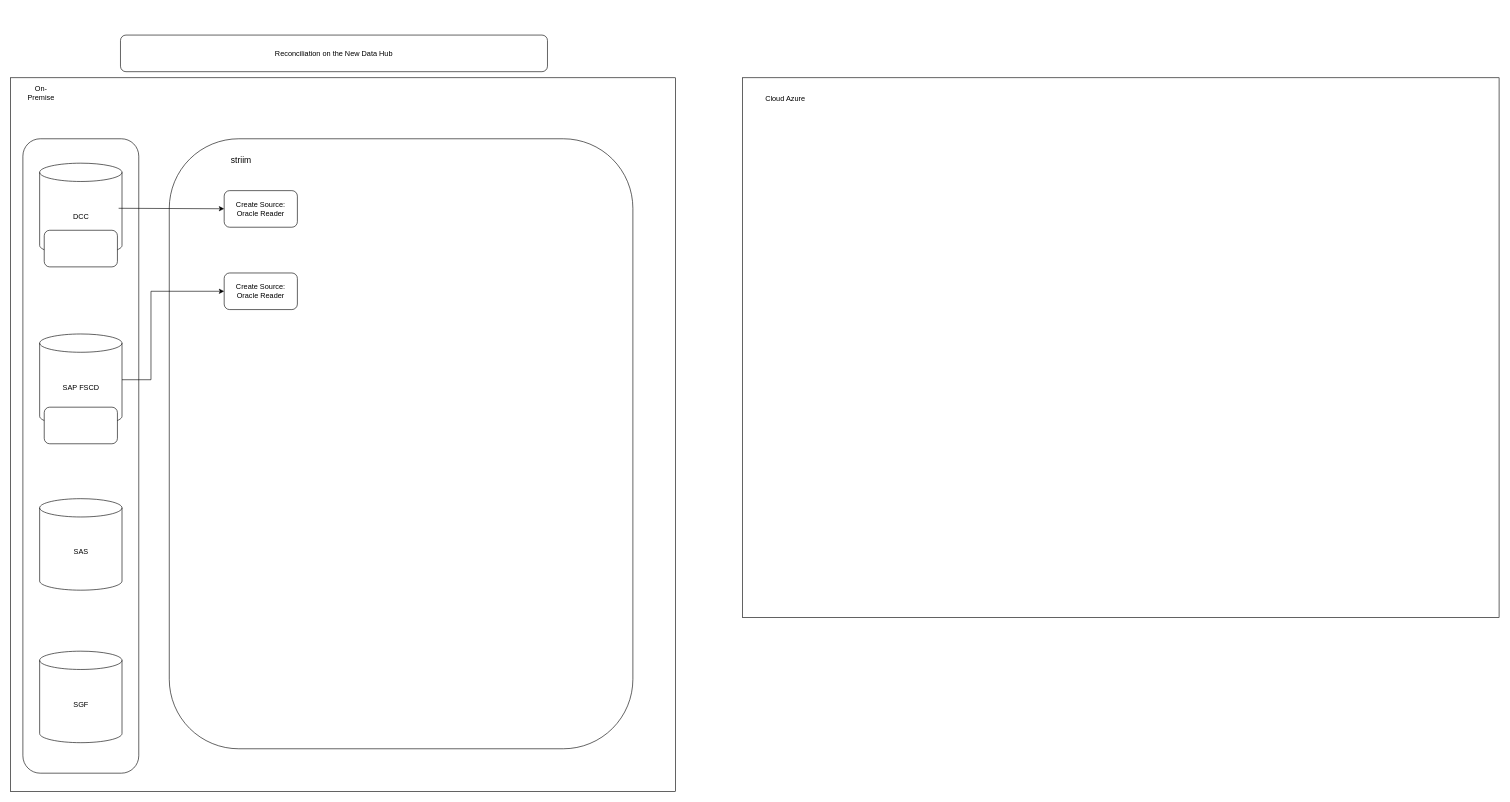
joaorafaelr/Reconc-Project keeps this draw.io diagram as Untitled Diagram.drawio. Above is the earlier version. Source tidied: cells renumbered, new cells numbered last; positions are measured from the earlier drawing's top-left corner, leaving out a move shared by most shapes. Both pictures are drawn from the tidied source at 61%, with x=0, y=0 at pixel (10, 35).
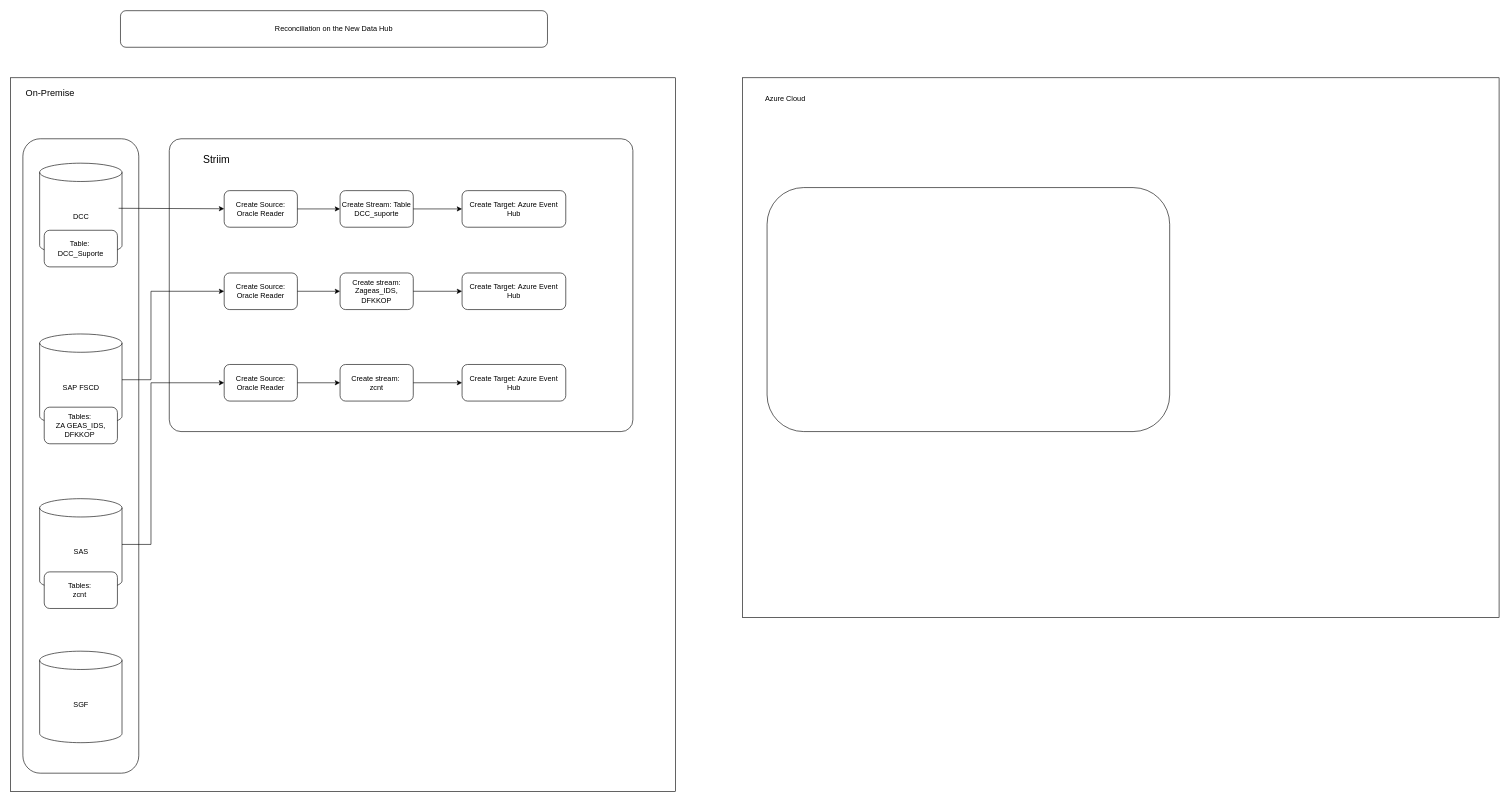
After the change.

The change refers to these unchanged cells:
```xml
<mxCell id="9" value="Create Source: Oracle Reader" style="rounded=1;whiteSpace=wrap;html=1;" parent="1" vertex="1">
  <mxGeometry x="350" y="255" width="120" height="60" as="geometry" />
</mxCell>
<mxCell id="10" value="Create Source: Oracle Reader" style="rounded=1;whiteSpace=wrap;html=1;" parent="1" vertex="1">
  <mxGeometry x="350" y="390" width="120" height="60" as="geometry" />
</mxCell>
<mxCell id="16" value="SAS" style="shape=cylinder3;whiteSpace=wrap;html=1;boundedLbl=1;backgroundOutline=1;size=15;" parent="1" vertex="1">
  <mxGeometry x="47.5" y="760" width="135" height="150" as="geometry" />
</mxCell>
```

The edit, as a diff of the source:
```diff
@@
-    <mxCell id="3" style="rounded=1;whiteSpace=wrap;html=1;align=left;" parent="1" vertex="1">
-      <mxGeometry x="260" y="170" width="760" height="1000" as="geometry" />
+    <mxCell id="3" style="rounded=1;whiteSpace=wrap;html=1;align=left;arcSize=4;" parent="1" vertex="1">
+      <mxGeometry x="260" y="170" width="760" height="480" as="geometry" />
     </mxCell>
     <mxCell id="4" value="Reconciliation on the New Data Hub" style="rounded=1;whiteSpace=wrap;html=1;" parent="1" vertex="1">
-      <mxGeometry x="180" width="700" height="60" as="geometry" />
+      <mxGeometry x="180" y="-40" width="700" height="60" as="geometry" />
     </mxCell>
@@
-    <mxCell id="8" value="&lt;font style=&quot;font-size: 14px;&quot;&gt;striim&amp;nbsp;&lt;/font&gt;" style="text;html=1;whiteSpace=wrap;strokeColor=none;fillColor=none;align=center;verticalAlign=middle;rounded=0;" parent="1" vertex="1">
-      <mxGeometry x="310" y="190" width="140" height="30" as="geometry" />
+    <mxCell id="8" value="&lt;font style=&quot;font-size: 17px;&quot;&gt;Striim&amp;nbsp;&lt;/font&gt;" style="text;html=1;whiteSpace=wrap;strokeColor=none;fillColor=none;align=center;verticalAlign=middle;rounded=0;" parent="1" vertex="1">
+      <mxGeometry x="270" y="190" width="140" height="30" as="geometry" />
     </mxCell>
@@
-    <mxCell id="12" style="rounded=1;whiteSpace=wrap;html=1;" parent="1" vertex="1">
+    <mxCell id="12" value="Table:&amp;nbsp;&lt;div&gt;DCC_Suporte&lt;/div&gt;" style="rounded=1;whiteSpace=wrap;html=1;" parent="1" vertex="1">
       <mxGeometry x="55" y="320" width="120" height="60" as="geometry" />
     </mxCell>
@@
-    <mxCell id="15" style="rounded=1;whiteSpace=wrap;html=1;" parent="1" vertex="1">
+    <mxCell id="15" value="Tables:&amp;nbsp;&lt;div&gt;ZA GEAS_IDS, DFKKOP&amp;nbsp;&lt;/div&gt;" style="rounded=1;whiteSpace=wrap;html=1;" parent="1" vertex="1">
       <mxGeometry x="55" y="610" width="120" height="60" as="geometry" />
     </mxCell>
+    <mxCell id="20" style="edgeStyle=orthogonalEdgeStyle;rounded=0;jettySize=auto;html=1;exitX=1;exitY=0.5;exitDx=0;exitDy=0;exitPerimeter=0;entryX=0;entryY=0.5;entryDx=0;entryDy=0;" parent="1" edge="1" source="16" target="29">
+      <mxGeometry relative="1" as="geometry">
+        <Array as="points">
+          <mxPoint x="230" y="835" />
+          <mxPoint x="230" y="570" />
+          <mxPoint x="340" y="570" />
+        </Array>
+      </mxGeometry>
+    </mxCell>
@@
-    <mxCell id="17" value="On-Premise" style="text;html=1;whiteSpace=wrap;strokeColor=none;fillColor=none;align=center;verticalAlign=middle;rounded=0;" parent="1" vertex="1">
-      <mxGeometry x="20" y="80" width="60" height="30" as="geometry" />
+    <mxCell id="17" value="&lt;font style=&quot;font-size: 15px;&quot;&gt;On-Premise&lt;/font&gt;" style="text;html=1;whiteSpace=wrap;strokeColor=none;fillColor=none;align=center;verticalAlign=middle;rounded=0;" parent="1" vertex="1">
+      <mxGeometry x="20" y="80" width="90" height="30" as="geometry" />
     </mxCell>
@@
-    <mxCell id="19" value="Cloud Azure" style="text;html=1;whiteSpace=wrap;strokeColor=none;fillColor=none;align=center;verticalAlign=middle;rounded=0;" parent="1" vertex="1">
+    <mxCell id="19" value="Azure Cloud" style="text;html=1;whiteSpace=wrap;strokeColor=none;fillColor=none;align=center;verticalAlign=middle;rounded=0;" parent="1" vertex="1">
       <mxGeometry x="1230" y="90" width="80" height="30" as="geometry" />
     </mxCell>
+    <mxCell id="21" value="Create Stream: Table DCC_suporte" style="rounded=1;whiteSpace=wrap;html=1;" parent="1" vertex="1">
+      <mxGeometry x="540" y="255" width="120" height="60" as="geometry" />
+    </mxCell>
+    <mxCell id="22" value="Create stream: Zageas_IDS, DFKKOP" style="rounded=1;whiteSpace=wrap;html=1;" parent="1" vertex="1">
+      <mxGeometry x="540" y="390" width="120" height="60" as="geometry" />
+    </mxCell>
+    <mxCell id="23" value="Create Target:&amp;nbsp;Azure Event Hub" style="rounded=1;whiteSpace=wrap;html=1;" parent="1" vertex="1">
+      <mxGeometry x="740" y="390" width="170" height="60" as="geometry" />
+    </mxCell>
+    <mxCell id="24" style="endArrow=classic;html=1;rounded=0;exitX=1;exitY=0.5;exitDx=0;exitDy=0;" parent="1" edge="1" source="22" target="23">
+      <mxGeometry relative="1" as="geometry" />
+    </mxCell>
+    <mxCell id="25" style="endArrow=classic;html=1;rounded=0;exitX=1;exitY=0.5;exitDx=0;exitDy=0;entryX=0;entryY=0.5;entryDx=0;entryDy=0;" parent="1" edge="1" source="10" target="22">
+      <mxGeometry relative="1" as="geometry" />
+    </mxCell>
+    <mxCell id="26" style="endArrow=classic;html=1;rounded=0;exitX=1;exitY=0.5;exitDx=0;exitDy=0;entryX=0;entryY=0.5;entryDx=0;entryDy=0;" parent="1" edge="1" source="9" target="21">
+      <mxGeometry relative="1" as="geometry" />
+    </mxCell>
+    <mxCell id="27" style="endArrow=classic;html=1;rounded=0;exitX=1;exitY=0.5;exitDx=0;exitDy=0;" parent="1" edge="1" source="21">
+      <mxGeometry relative="1" as="geometry">
+        <mxPoint x="740" y="285" as="targetPoint" />
+      </mxGeometry>
+    </mxCell>
+    <mxCell id="28" value="Tables:&amp;nbsp;&lt;div&gt;zcnt&amp;nbsp;&lt;/div&gt;" style="rounded=1;whiteSpace=wrap;html=1;" parent="1" vertex="1">
+      <mxGeometry x="55" y="880" width="120" height="60" as="geometry" />
+    </mxCell>
+    <mxCell id="29" value="Create Source: Oracle Reader" style="rounded=1;whiteSpace=wrap;html=1;" parent="1" vertex="1">
+      <mxGeometry x="350" y="540" width="120" height="60" as="geometry" />
+    </mxCell>
+    <mxCell id="30" value="Create stream:&amp;nbsp;&lt;div&gt;zcnt&lt;/div&gt;" style="rounded=1;whiteSpace=wrap;html=1;" parent="1" vertex="1">
+      <mxGeometry x="540" y="540" width="120" height="60" as="geometry" />
+    </mxCell>
+    <mxCell id="31" style="endArrow=classic;html=1;rounded=0;exitX=1;exitY=0.5;exitDx=0;exitDy=0;entryX=0;entryY=0.5;entryDx=0;entryDy=0;" parent="1" edge="1" source="30" target="33">
+      <mxGeometry relative="1" as="geometry" />
+    </mxCell>
+    <mxCell id="32" style="endArrow=classic;html=1;rounded=0;exitX=1;exitY=0.5;exitDx=0;exitDy=0;entryX=0;entryY=0.5;entryDx=0;entryDy=0;" parent="1" edge="1" source="29" target="30">
+      <mxGeometry relative="1" as="geometry" />
+    </mxCell>
+    <mxCell id="33" value="Create Target:&amp;nbsp;Azure Event Hub" style="rounded=1;whiteSpace=wrap;html=1;" parent="1" vertex="1">
+      <mxGeometry x="740" y="540" width="170" height="60" as="geometry" />
+    </mxCell>
+    <mxCell id="34" value="Create Target:&amp;nbsp;Azure Event Hub" style="rounded=1;whiteSpace=wrap;html=1;" parent="1" vertex="1">
+      <mxGeometry x="740" y="255" width="170" height="60" as="geometry" />
+    </mxCell>
+    <mxCell id="35" style="rounded=1;whiteSpace=wrap;html=1;" parent="1" vertex="1">
+      <mxGeometry x="1240" y="250" width="660" height="400" as="geometry" />
+    </mxCell>
```
